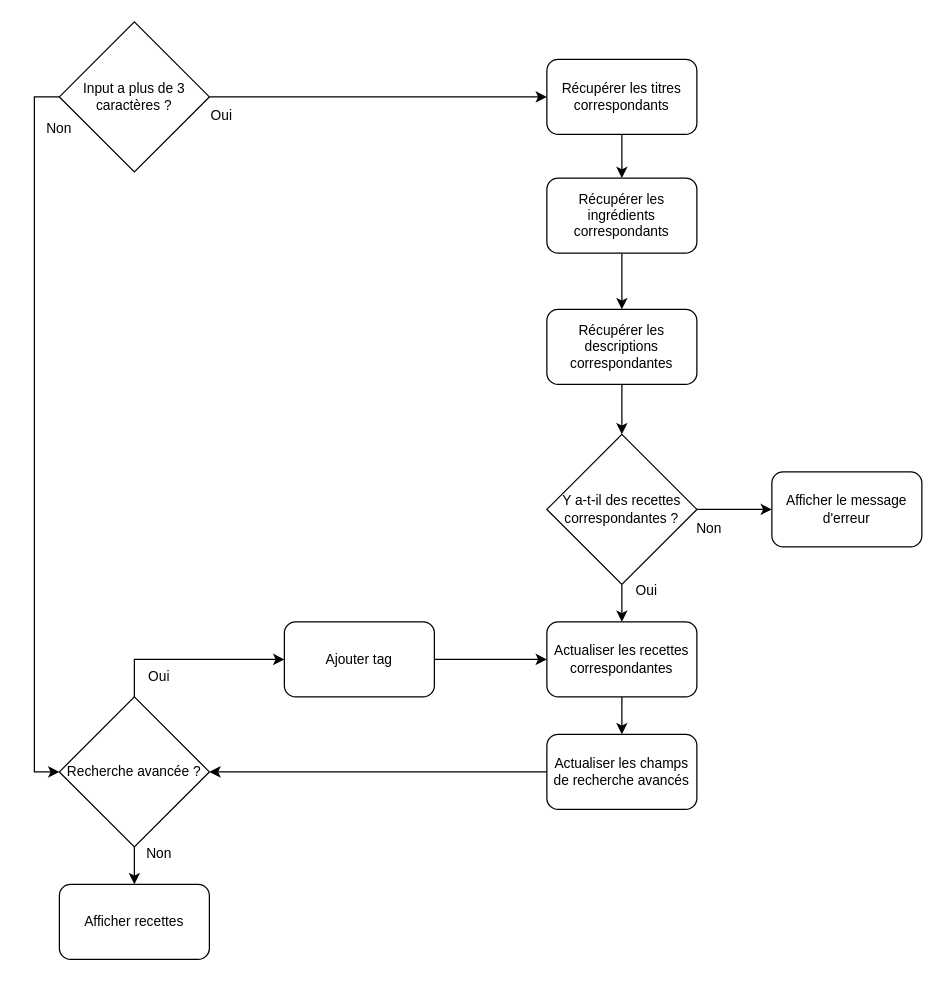
The draw.io diagram assets/Schéma.drawio in l-nikola/LesPetitsPlats, before the edit. Source tidied: cells renumbered, new cells numbered last; positions are measured from the earlier drawing's top-left corner, leaving out a move shared by most shapes. Both pictures are drawn from the tidied source at 125%, with x=0, y=0 at pixel (21, 21).
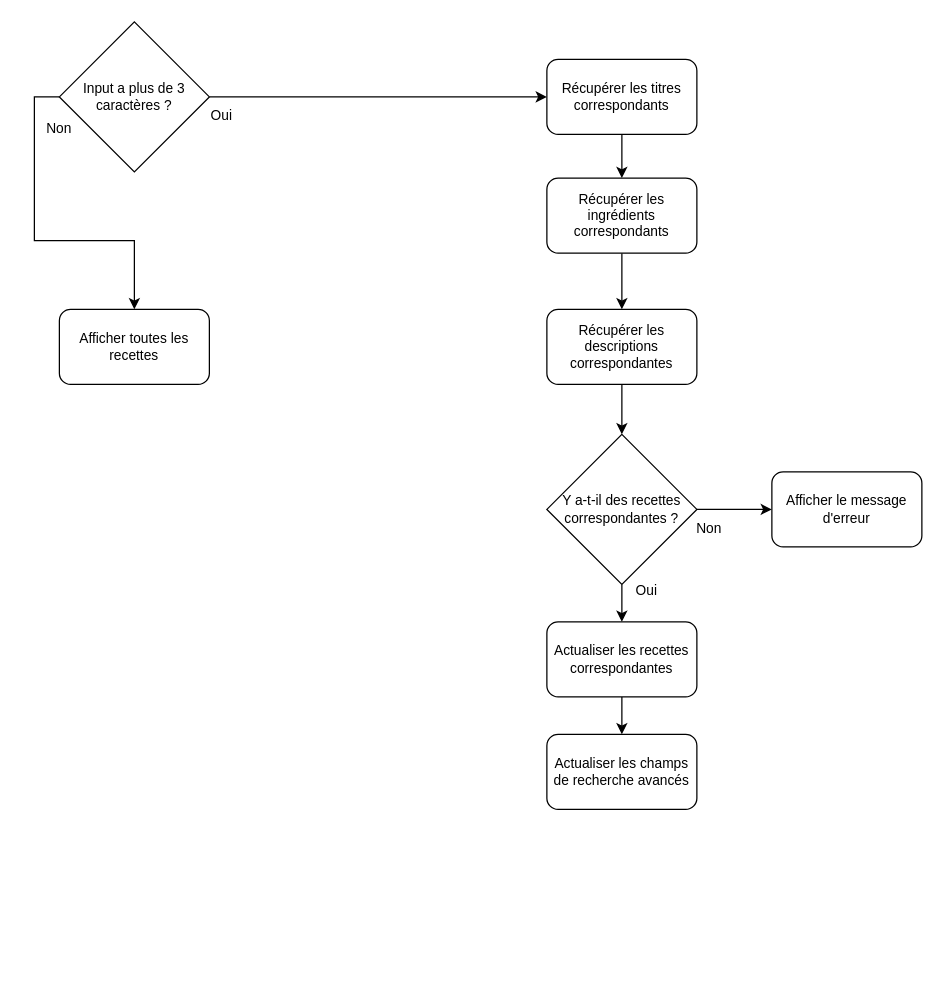
After the change.

The change refers to these unchanged cells:
```xml
<mxCell id="4" value="Input a plus de 3 caractères ?" style="rhombus;whiteSpace=wrap;html=1;rounded=0;fontSize=11;" parent="1" vertex="1">
  <mxGeometry x="30" width="120" height="120" as="geometry" />
</mxCell>
<mxCell id="20" value="Actualiser les recettes correspondantes" style="rounded=1;whiteSpace=wrap;html=1;fontSize=11;" parent="1" vertex="1">
  <mxGeometry x="420" y="480" width="120" height="60" as="geometry" />
</mxCell>
<mxCell id="22" value="Actualiser les champs de recherche avancés" style="rounded=1;whiteSpace=wrap;html=1;fontSize=11;" parent="1" vertex="1">
  <mxGeometry x="420" y="570" width="120" height="60" as="geometry" />
</mxCell>
```

Diff of the diagram source:
```diff
@@
-    <mxCell id="3" style="edgeStyle=orthogonalEdgeStyle;rounded=0;jettySize=auto;html=1;exitX=0;exitY=0.5;exitDx=0;exitDy=0;entryX=0;entryY=0.5;entryDx=0;entryDy=0;fontSize=11;" parent="1" edge="1" source="4" target="7">
+    <mxCell id="3" style="edgeStyle=orthogonalEdgeStyle;rounded=0;jettySize=auto;html=1;exitX=0;exitY=0.5;exitDx=0;exitDy=0;entryX=0.5;entryY=0;entryDx=0;entryDy=0;fontSize=11;" parent="1" edge="1" source="4" target="8">
       <mxGeometry relative="1" as="geometry" />
     </mxCell>
@@
-    <mxCell id="5" style="edgeStyle=orthogonalEdgeStyle;rounded=0;jettySize=auto;html=1;exitX=0.5;exitY=0;exitDx=0;exitDy=0;entryX=0;entryY=0.5;entryDx=0;entryDy=0;fontSize=11;" parent="1" edge="1" source="7" target="24">
-      <mxGeometry relative="1" as="geometry" />
-    </mxCell>
-    <mxCell id="6" style="edgeStyle=orthogonalEdgeStyle;rounded=0;jettySize=auto;html=1;fontSize=11;" parent="1" edge="1" source="7" target="8">
-      <mxGeometry relative="1" as="geometry" />
-    </mxCell>
-    <mxCell id="7" value="Recherche avancée ?" style="rhombus;whiteSpace=wrap;html=1;fontSize=11;" parent="1" vertex="1">
-      <mxGeometry x="30" y="540" width="120" height="120" as="geometry" />
-    </mxCell>
-    <mxCell id="8" value="Afficher recettes" style="rounded=1;whiteSpace=wrap;html=1;fontSize=11;" parent="1" vertex="1">
-      <mxGeometry x="30" y="690" width="120" height="60" as="geometry" />
+    <mxCell id="8" value="Afficher toutes les recettes" style="rounded=1;whiteSpace=wrap;html=1;fontSize=11;" parent="1" vertex="1">
+      <mxGeometry x="30" y="230" width="120" height="60" as="geometry" />
     </mxCell>
@@
-    <mxCell id="21" style="edgeStyle=orthogonalEdgeStyle;rounded=0;jettySize=auto;html=1;exitX=0;exitY=0.5;exitDx=0;exitDy=0;entryX=1;entryY=0.5;entryDx=0;entryDy=0;fontSize=11;" parent="1" edge="1" source="22" target="7">
-      <mxGeometry relative="1" as="geometry" />
-    </mxCell>
@@
-    <mxCell id="23" style="edgeStyle=orthogonalEdgeStyle;rounded=0;jettySize=auto;html=1;fontSize=11;" parent="1" edge="1" source="24" target="20">
-      <mxGeometry relative="1" as="geometry" />
-    </mxCell>
-    <mxCell id="24" value="Ajouter tag" style="rounded=1;whiteSpace=wrap;html=1;fontSize=11;" parent="1" vertex="1">
-      <mxGeometry x="210" y="480" width="120" height="60" as="geometry" />
-    </mxCell>
-    <mxCell id="25" value="Non" style="text;html=1;align=center;verticalAlign=middle;whiteSpace=wrap;rounded=0;fontSize=11;" parent="1" vertex="1">
-      <mxGeometry x="80" y="650" width="60" height="30" as="geometry" />
-    </mxCell>
-    <mxCell id="26" value="Oui" style="text;html=1;align=center;verticalAlign=middle;whiteSpace=wrap;rounded=0;fontSize=11;" parent="1" vertex="1">
-      <mxGeometry x="80" y="509" width="60" height="30" as="geometry" />
-    </mxCell>
```
